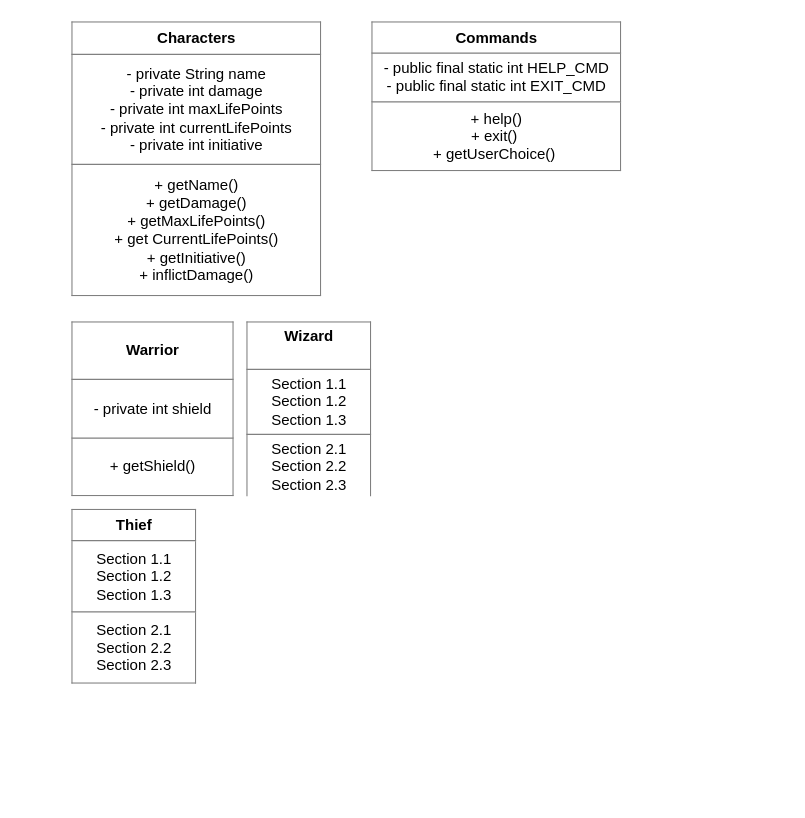
SarahHayat/pooDnd keeps this draw.io diagram as POO Diagram.drawio. Above is the earlier version. Source tidied: cells renumbered, new cells numbered last; positions are measured from the earlier drawing's top-left corner, leaving out a move shared by most shapes. Both pictures are drawn from the tidied source at 125%, with x=0, y=0 at pixel (71, 21).
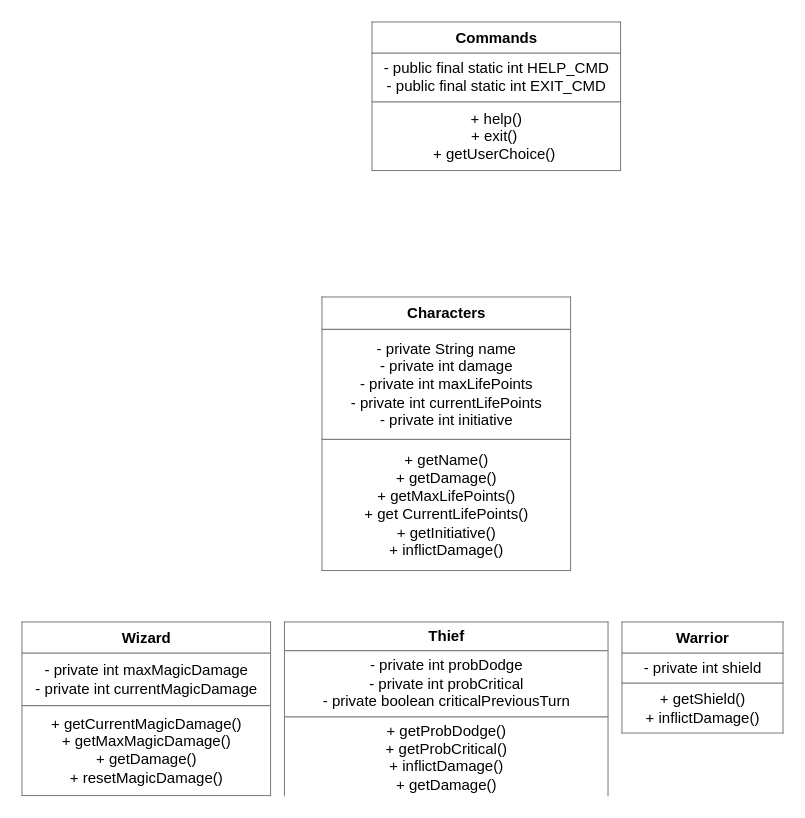
After the change.

The edit, as a diff of the source:
```diff
@@
 <mxGraphModel>
   <root>
     <mxCell id="0" />
     <mxCell id="1" parent="0" />
     <mxCell id="2" value="&lt;table border=&quot;1&quot; width=&quot;100%&quot; cellpadding=&quot;4&quot; style=&quot;width: 100% ; height: 100% ; border-collapse: collapse&quot;&gt;&lt;tbody&gt;&lt;tr&gt;&lt;th align=&quot;center&quot;&gt;Commands&lt;/th&gt;&lt;/tr&gt;&lt;tr&gt;&lt;td align=&quot;center&quot;&gt;- public final static int HELP_CMD&lt;br&gt;- public final static int EXIT_CMD&lt;/td&gt;&lt;/tr&gt;&lt;tr&gt;&lt;td align=&quot;center&quot;&gt;+ help()&lt;br&gt;+ exit()&amp;nbsp;&lt;br&gt;+ getUserChoice()&amp;nbsp;&lt;br&gt;&lt;/td&gt;&lt;/tr&gt;&lt;/tbody&gt;&lt;/table&gt;" style="text;html=1;strokeColor=none;fillColor=none;overflow=fill;" parent="1" vertex="1">
       <mxGeometry x="240" width="200" height="120" as="geometry" />
     </mxCell>
     <mxCell id="3" value="&lt;table border=&quot;1&quot; width=&quot;100%&quot; cellpadding=&quot;4&quot; style=&quot;width: 100% ; height: 100% ; border-collapse: collapse&quot;&gt;&lt;tbody&gt;&lt;tr&gt;&lt;th align=&quot;center&quot;&gt;&lt;b&gt;Characters&lt;/b&gt;&lt;/th&gt;&lt;/tr&gt;&lt;tr&gt;&lt;td align=&quot;center&quot;&gt;- private String name&lt;br&gt;- private int damage&lt;br&gt;- private int maxLifePoints&lt;br&gt;- private int currentLifePoints&lt;br&gt;- private int initiative&lt;br&gt;&lt;/td&gt;&lt;/tr&gt;&lt;tr&gt;&lt;td align=&quot;center&quot;&gt;+ getName()&lt;br&gt;+ getDamage()&lt;br&gt;+ getMaxLifePoints()&lt;br&gt;+ get CurrentLifePoints()&lt;br&gt;+ getInitiative()&lt;br&gt;+ inflictDamage()&lt;/td&gt;&lt;/tr&gt;&lt;/tbody&gt;&lt;/table&gt;" style="text;html=1;strokeColor=none;fillColor=none;overflow=fill;" parent="1" vertex="1">
-      <mxGeometry width="200" height="220" as="geometry" />
+      <mxGeometry x="200" y="220" width="200" height="220" as="geometry" />
     </mxCell>
-    <mxCell id="4" value="&lt;table border=&quot;1&quot; width=&quot;100%&quot; cellpadding=&quot;4&quot; style=&quot;width: 100% ; height: 100% ; border-collapse: collapse&quot;&gt;&lt;tbody&gt;&lt;tr&gt;&lt;th align=&quot;center&quot;&gt;Warrior&lt;/th&gt;&lt;/tr&gt;&lt;tr&gt;&lt;td align=&quot;center&quot;&gt;- private int shield&lt;/td&gt;&lt;/tr&gt;&lt;tr&gt;&lt;td align=&quot;center&quot;&gt;+ getShield()&lt;/td&gt;&lt;/tr&gt;&lt;/tbody&gt;&lt;/table&gt;" style="text;html=1;strokeColor=none;fillColor=none;overflow=fill;" parent="1" vertex="1">
-      <mxGeometry y="240" width="130" height="140" as="geometry" />
+    <mxCell id="4" value="&lt;table border=&quot;1&quot; width=&quot;100%&quot; cellpadding=&quot;4&quot; style=&quot;width: 100% ; height: 100% ; border-collapse: collapse&quot;&gt;&lt;tbody&gt;&lt;tr&gt;&lt;th align=&quot;center&quot;&gt;Warrior&lt;/th&gt;&lt;/tr&gt;&lt;tr&gt;&lt;td align=&quot;center&quot;&gt;- private int shield&lt;/td&gt;&lt;/tr&gt;&lt;tr&gt;&lt;td align=&quot;center&quot;&gt;+ getShield()&lt;br&gt;+ inflictDamage()&lt;/td&gt;&lt;/tr&gt;&lt;/tbody&gt;&lt;/table&gt;" style="text;html=1;strokeColor=none;fillColor=none;overflow=fill;" parent="1" vertex="1">
+      <mxGeometry x="440" y="480" width="130" height="90" as="geometry" />
     </mxCell>
-    <mxCell id="5" value="&lt;table border=&quot;1&quot; width=&quot;100%&quot; cellpadding=&quot;4&quot; style=&quot;width: 100% ; height: 100% ; border-collapse: collapse&quot;&gt;&lt;tbody&gt;&lt;tr&gt;&lt;th align=&quot;center&quot;&gt;&lt;b&gt;Thief&lt;/b&gt;&lt;/th&gt;&lt;/tr&gt;&lt;tr&gt;&lt;td align=&quot;center&quot;&gt;Section 1.1&lt;br&gt;Section 1.2&lt;br&gt;Section 1.3&lt;/td&gt;&lt;/tr&gt;&lt;tr&gt;&lt;td align=&quot;center&quot;&gt;Section 2.1&lt;br&gt;Section 2.2&lt;br&gt;Section 2.3&lt;/td&gt;&lt;/tr&gt;&lt;/tbody&gt;&lt;/table&gt;" style="text;html=1;strokeColor=none;fillColor=none;overflow=fill;" parent="1" vertex="1">
-      <mxGeometry y="390" width="100" height="140" as="geometry" />
+    <mxCell id="5" value="&lt;table border=&quot;1&quot; width=&quot;100%&quot; cellpadding=&quot;4&quot; style=&quot;width: 100% ; height: 100% ; border-collapse: collapse&quot;&gt;&lt;tbody&gt;&lt;tr&gt;&lt;th align=&quot;center&quot;&gt;&lt;b&gt;Thief&lt;/b&gt;&lt;/th&gt;&lt;/tr&gt;&lt;tr&gt;&lt;td align=&quot;center&quot;&gt;- private int probDodge&lt;br&gt;- private int probCritical&lt;br&gt;- private boolean criticalPreviousTurn&lt;/td&gt;&lt;/tr&gt;&lt;tr&gt;&lt;td align=&quot;center&quot;&gt;+ getProbDodge()&lt;br&gt;+ getProbCritical()&lt;br&gt;+ inflictDamage()&lt;br&gt;+ getDamage()&lt;/td&gt;&lt;/tr&gt;&lt;/tbody&gt;&lt;/table&gt;" style="text;html=1;strokeColor=none;fillColor=none;overflow=fill;" parent="1" vertex="1">
+      <mxGeometry x="170" y="480" width="260" height="140" as="geometry" />
     </mxCell>
-    <mxCell id="6" value="&lt;table border=&quot;1&quot; width=&quot;100%&quot; cellpadding=&quot;4&quot; style=&quot;width: 100% ; height: 100% ; border-collapse: collapse&quot;&gt;&lt;tbody&gt;&lt;tr&gt;&lt;th align=&quot;center&quot;&gt;Wizard&lt;br&gt;&lt;br&gt;&lt;/th&gt;&lt;/tr&gt;&lt;tr&gt;&lt;td align=&quot;center&quot;&gt;Section 1.1&lt;br&gt;Section 1.2&lt;br&gt;Section 1.3&lt;/td&gt;&lt;/tr&gt;&lt;tr&gt;&lt;td align=&quot;center&quot;&gt;Section 2.1&lt;br&gt;Section 2.2&lt;br&gt;Section 2.3&lt;/td&gt;&lt;/tr&gt;&lt;/tbody&gt;&lt;/table&gt;" style="text;html=1;strokeColor=none;fillColor=none;overflow=fill;" parent="1" vertex="1">
-      <mxGeometry x="140" y="240" width="100" height="140" as="geometry" />
+    <mxCell id="6" value="&lt;table border=&quot;1&quot; width=&quot;100%&quot; cellpadding=&quot;4&quot; style=&quot;width: 100% ; height: 100% ; border-collapse: collapse&quot;&gt;&lt;tbody&gt;&lt;tr&gt;&lt;th align=&quot;center&quot;&gt;Wizard&lt;br&gt;&lt;/th&gt;&lt;/tr&gt;&lt;tr&gt;&lt;td align=&quot;center&quot;&gt;- private int maxMagicDamage&lt;br&gt;- private int currentMagicDamage&lt;/td&gt;&lt;/tr&gt;&lt;tr&gt;&lt;td align=&quot;center&quot;&gt;+ getCurrentMagicDamage()&lt;br&gt;+ getMaxMagicDamage()&lt;br&gt;+ getDamage()&lt;br&gt;+ resetMagicDamage()&lt;/td&gt;&lt;/tr&gt;&lt;/tbody&gt;&lt;/table&gt;" style="text;html=1;strokeColor=none;fillColor=none;overflow=fill;" parent="1" vertex="1">
+      <mxGeometry x="-40" y="480" width="200" height="140" as="geometry" />
     </mxCell>
   </root>
 </mxGraphModel>
```
